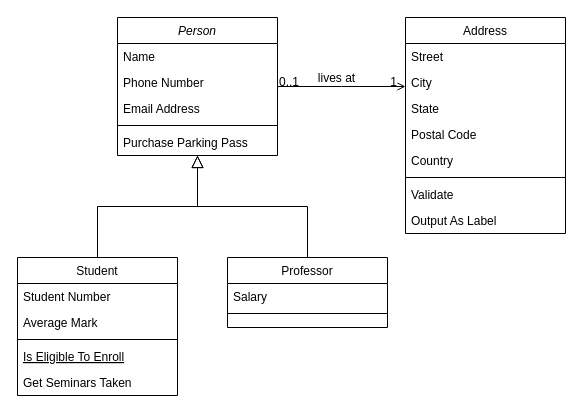
Above: Palíndromo/metodo-de-instancia.drawio in andmansim/Ejercicios_Clases_-de_POO (draw.io), before the change. Source tidied: cells renumbered, new cells numbered last; positions are measured from the earlier drawing's top-left corner, leaving out a move shared by most shapes. Both pictures are drawn from the tidied source at 100%, with x=0, y=0 at pixel (17, 17).
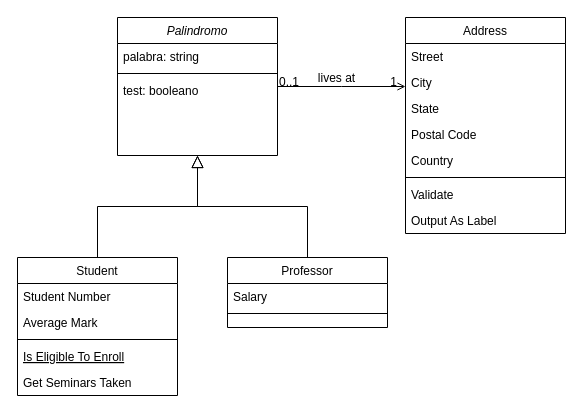
Above is the later version.

The edit, as a diff of the source:
```diff
@@
-    <mxCell id="2" value="Person" style="swimlane;fontStyle=2;align=center;verticalAlign=top;horizontal=1;startSize=26;rounded=0;shadow=0;strokeWidth=1;" parent="1" vertex="1">
+    <mxCell id="2" value="Palindromo" style="swimlane;fontStyle=2;align=center;verticalAlign=top;horizontal=1;startSize=26;rounded=0;shadow=0;strokeWidth=1;" parent="1" vertex="1">
       <mxGeometry x="100" width="160" height="138" as="geometry" />
     </mxCell>
-    <mxCell id="3" value="Name" style="text;align=left;verticalAlign=top;spacingLeft=4;spacingRight=4;overflow=hidden;" parent="2" vertex="1">
+    <mxCell id="3" value="palabra: string" style="text;align=left;verticalAlign=top;spacingLeft=4;spacingRight=4;overflow=hidden;" parent="2" vertex="1">
       <mxGeometry y="26" width="160" height="26" as="geometry" />
     </mxCell>
-    <mxCell id="4" value="Phone Number" style="text;align=left;verticalAlign=top;spacingLeft=4;spacingRight=4;overflow=hidden;rounded=0;shadow=0;html=0;" parent="2" vertex="1">
-      <mxGeometry y="52" width="160" height="26" as="geometry" />
-    </mxCell>
-    <mxCell id="5" value="Email Address" style="text;align=left;verticalAlign=top;spacingLeft=4;spacingRight=4;overflow=hidden;rounded=0;shadow=0;html=0;" parent="2" vertex="1">
-      <mxGeometry y="78" width="160" height="26" as="geometry" />
-    </mxCell>
     <mxCell id="6" style="line;html=1;strokeWidth=1;align=left;verticalAlign=middle;spacingTop=-1;spacingLeft=3;spacingRight=3;labelPosition=right;" parent="2" vertex="1">
-      <mxGeometry y="104" width="160" height="8" as="geometry" />
+      <mxGeometry y="52" width="160" height="8" as="geometry" />
     </mxCell>
-    <mxCell id="7" value="Purchase Parking Pass" style="text;align=left;verticalAlign=top;spacingLeft=4;spacingRight=4;overflow=hidden;" parent="2" vertex="1">
-      <mxGeometry y="112" width="160" height="26" as="geometry" />
+    <mxCell id="7" value="test: booleano" style="text;align=left;verticalAlign=top;spacingLeft=4;spacingRight=4;overflow=hidden;" parent="2" vertex="1">
+      <mxGeometry y="60" width="160" height="26" as="geometry" />
     </mxCell>
```
